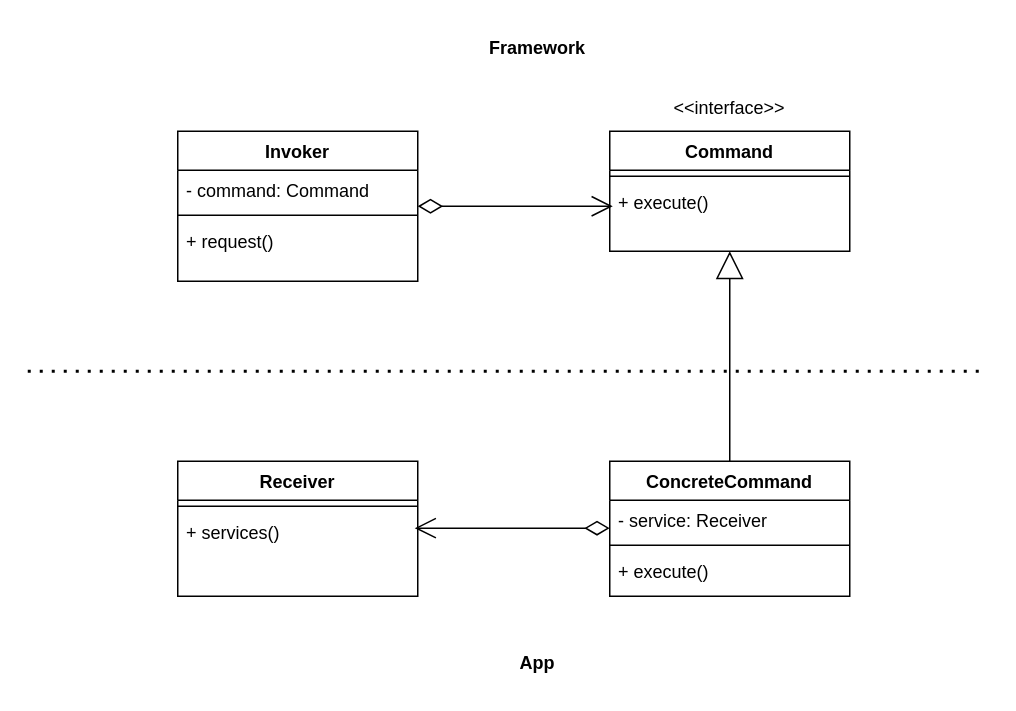
Before: drawio/command_pattern_general.drawio in bidursapkota00/Design-Patterns, a draw.io diagram. Source tidied: cells renumbered, new cells numbered last; positions are measured from the earlier drawing's top-left corner, leaving out a move shared by most shapes. Both pictures are drawn from the tidied source at 150%, with x=0, y=0 at pixel (27, 26).
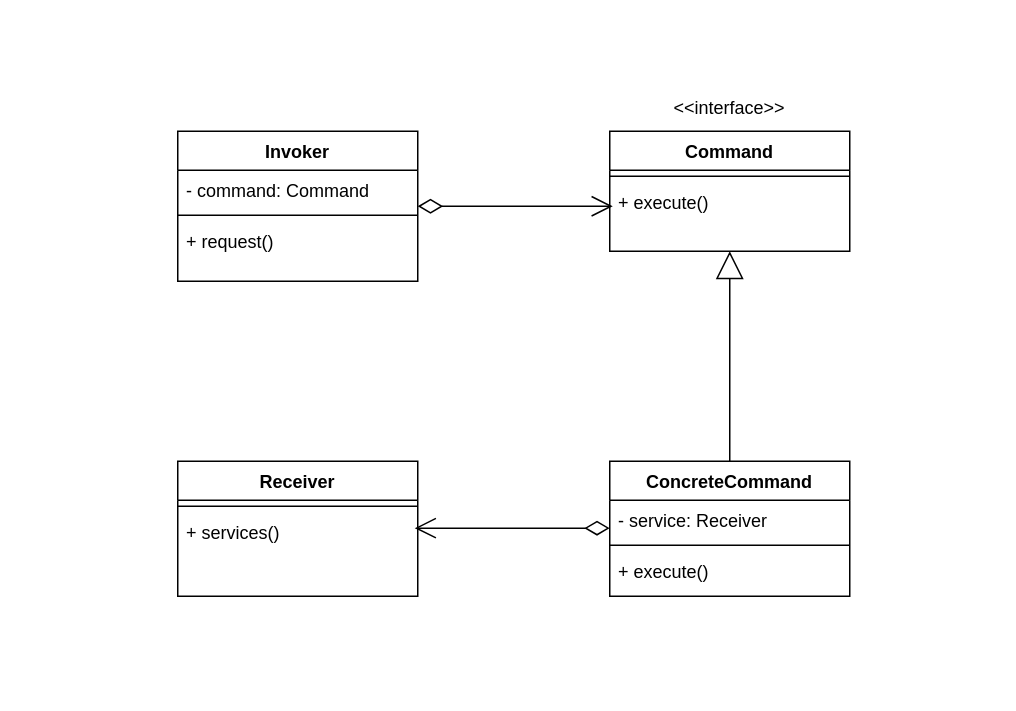
After the change.

Commit message (it also covers changes not shown here):
command pattern enhanced and complete

Diff of the diagram source:
```diff
@@
-    <mxCell id="19" style="endArrow=none;dashed=1;html=1;dashPattern=1 3;strokeWidth=2;rounded=0;" parent="1" edge="1">
-      <mxGeometry relative="1" as="geometry">
-        <mxPoint y="230" as="sourcePoint" />
-        <mxPoint x="640" y="230" as="targetPoint" />
-      </mxGeometry>
-    </mxCell>
-    <mxCell id="20" value="&lt;b&gt;Framework&lt;/b&gt;" style="text;html=1;align=center;verticalAlign=middle;whiteSpace=wrap;rounded=0;" parent="1" vertex="1">
-      <mxGeometry x="310" width="60" height="30" as="geometry" />
-    </mxCell>
-    <mxCell id="21" value="&lt;b&gt;App&lt;/b&gt;" style="text;html=1;align=center;verticalAlign=middle;whiteSpace=wrap;rounded=0;" parent="1" vertex="1">
-      <mxGeometry x="310" y="410" width="60" height="30" as="geometry" />
-    </mxCell>
```
